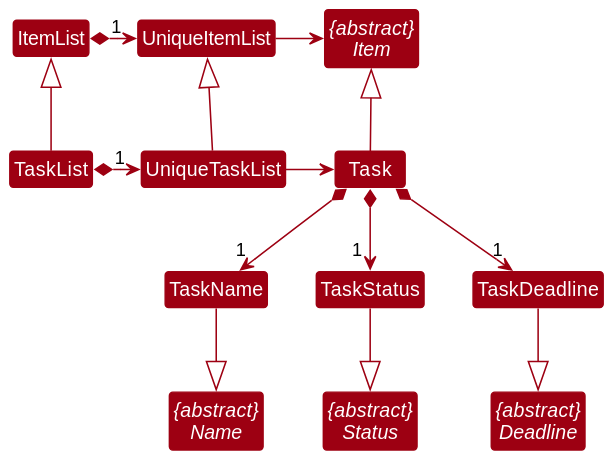
nus-cs2103-AY2223S2/tp keeps this PlantUML diagram as docs/images/TaskClassDiagram.svg. Above is the earlier version.
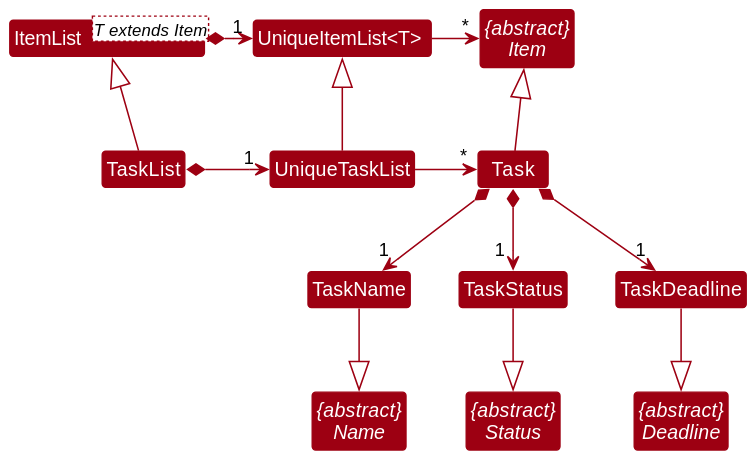
Later version of the same file.

Change to the diagram source:
```diff
@@ -11,6 +11,8 @@
 Abstract Class "{abstract}\nName" as Name
 Abstract Class "{abstract}\nDeadline" as Deadline
 Abstract Class "{abstract}\nStatus" as Status
+Class "UniqueItemList<T> " as UniqueItemList
+Class ItemList<T extends Item>
 
 Class Task
 Class TaskName
@@ -19,11 +21,11 @@
 Class TaskList extends ItemList
 Class UniqueTaskList extends UniqueItemList
 
-ItemList *--r> "1 " UniqueItemList
-UniqueItemList -r> Item
+ItemList *--r> "1" UniqueItemList
+UniqueItemList -r> "*" Item
 
 TaskList *--r> "1 " UniqueTaskList
-UniqueTaskList -r> Task
+UniqueTaskList -r> "*" Task
 Task *--> "1" TaskName
 Task *--> "1" TaskDeadline
 Task *--> "1 " TaskStatus
```
